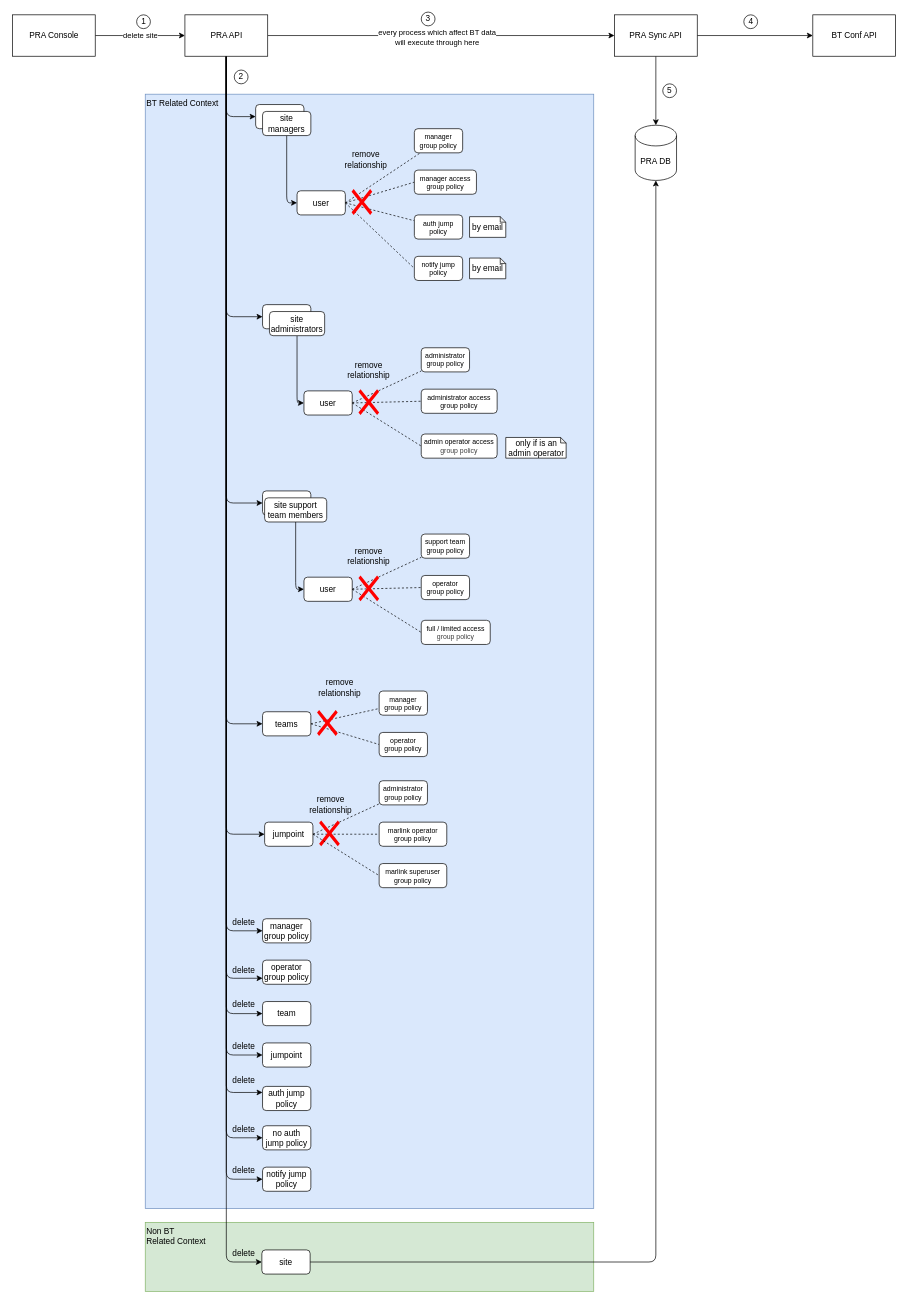
Before: page "site deletion" (2 of 2) of docs/customer-and-site-workflow.drawio in azaschka/marlink-pra-api, a draw.io diagram. Source tidied: cells renumbered, new cells numbered last; positions are measured from the earlier drawing's top-left corner, leaving out a move shared by most shapes. Both pictures are drawn from the tidied source at 69%, with x=0, y=0 at pixel (12, 12).
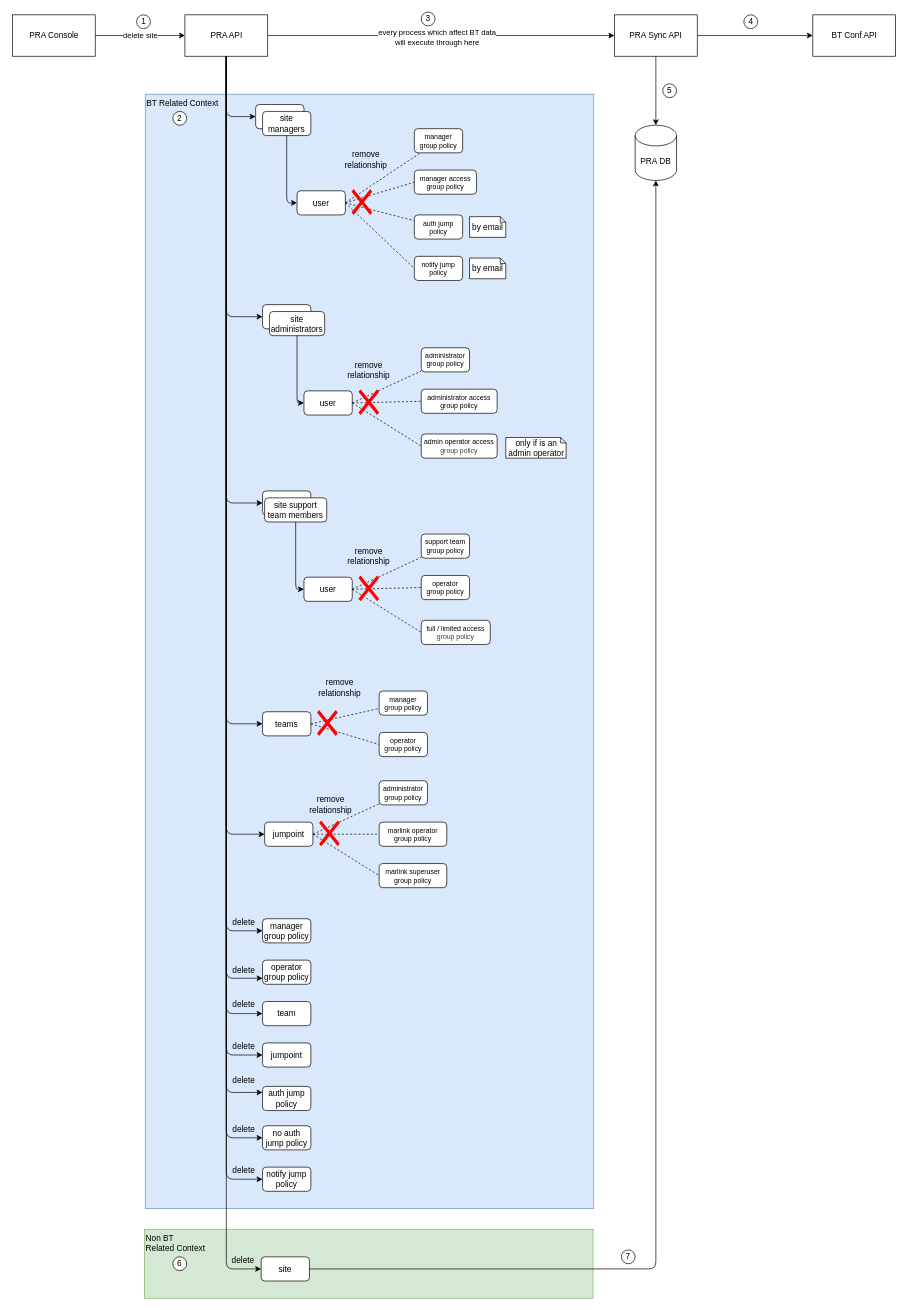
The same diagram, later.

Diff of the diagram source:
```diff
@@
-<mxGraphModel>
+<mxGraphModel background="#ffffff">
@@
     <mxCell id="2" value="Non BT &lt;br&gt;Related Context" style="rounded=0;whiteSpace=wrap;html=1;fillColor=#d5e8d4;strokeColor=#82b366;verticalAlign=top;align=left;" parent="1" vertex="1">
-      <mxGeometry x="192" y="1754" width="650" height="100" as="geometry" />
+      <mxGeometry x="191" y="1764" width="650" height="100" as="geometry" />
     </mxCell>
@@
     <mxCell id="98" value="2" style="ellipse;whiteSpace=wrap;html=1;" parent="1" vertex="1">
-      <mxGeometry x="321" y="84" width="20" height="20" as="geometry" />
+      <mxGeometry x="232" y="144" width="20" height="20" as="geometry" />
     </mxCell>
@@
     <mxCell id="103" value="site" style="rounded=1;whiteSpace=wrap;html=1;" parent="1" vertex="1">
-      <mxGeometry x="361" y="1794" width="70" height="35" as="geometry" />
+      <mxGeometry x="360" y="1804" width="70" height="35" as="geometry" />
     </mxCell>
     <mxCell id="104" value="delete" style="text;html=1;align=center;verticalAlign=middle;whiteSpace=wrap;rounded=0;" parent="1" vertex="1">
-      <mxGeometry x="305" y="1784" width="60" height="30" as="geometry" />
+      <mxGeometry x="304" y="1794" width="60" height="30" as="geometry" />
     </mxCell>
@@
+    <mxCell id="106" value="6" style="ellipse;whiteSpace=wrap;html=1;" parent="1" vertex="1">
+      <mxGeometry x="232" y="1804" width="20" height="20" as="geometry" />
+    </mxCell>
+    <mxCell id="107" value="7" style="ellipse;whiteSpace=wrap;html=1;" parent="1" vertex="1">
+      <mxGeometry x="882" y="1794" width="20" height="20" as="geometry" />
+    </mxCell>
```
